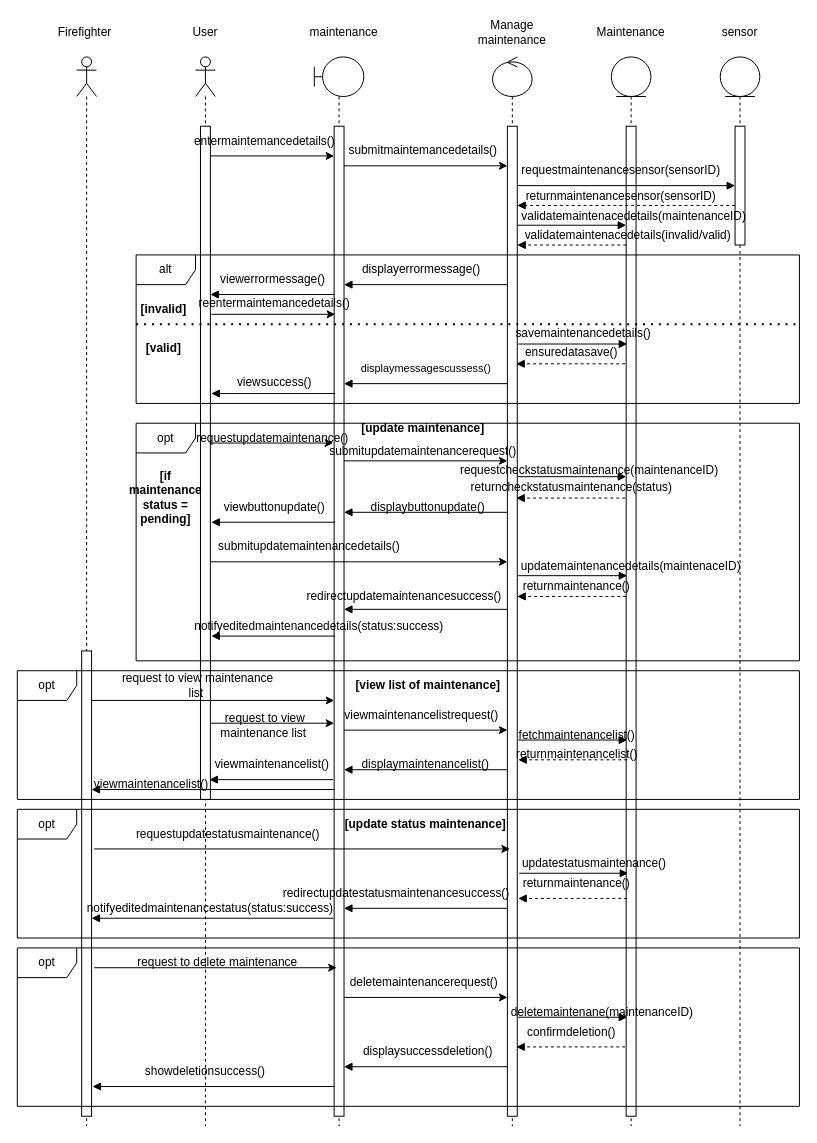
This is page "cont of maintenance SD" (13 of 13) of doc/PSM.drawio from SNFASA/AI-Fire-Monitoring-System, a draw.io file, before an edit. Source tidied: cells renumbered, new cells numbered last; positions are measured from the earlier drawing's top-left corner, leaving out a move shared by most shapes. Both pictures are drawn from the tidied source at 99%, with x=0, y=0 at pixel (17, 17).
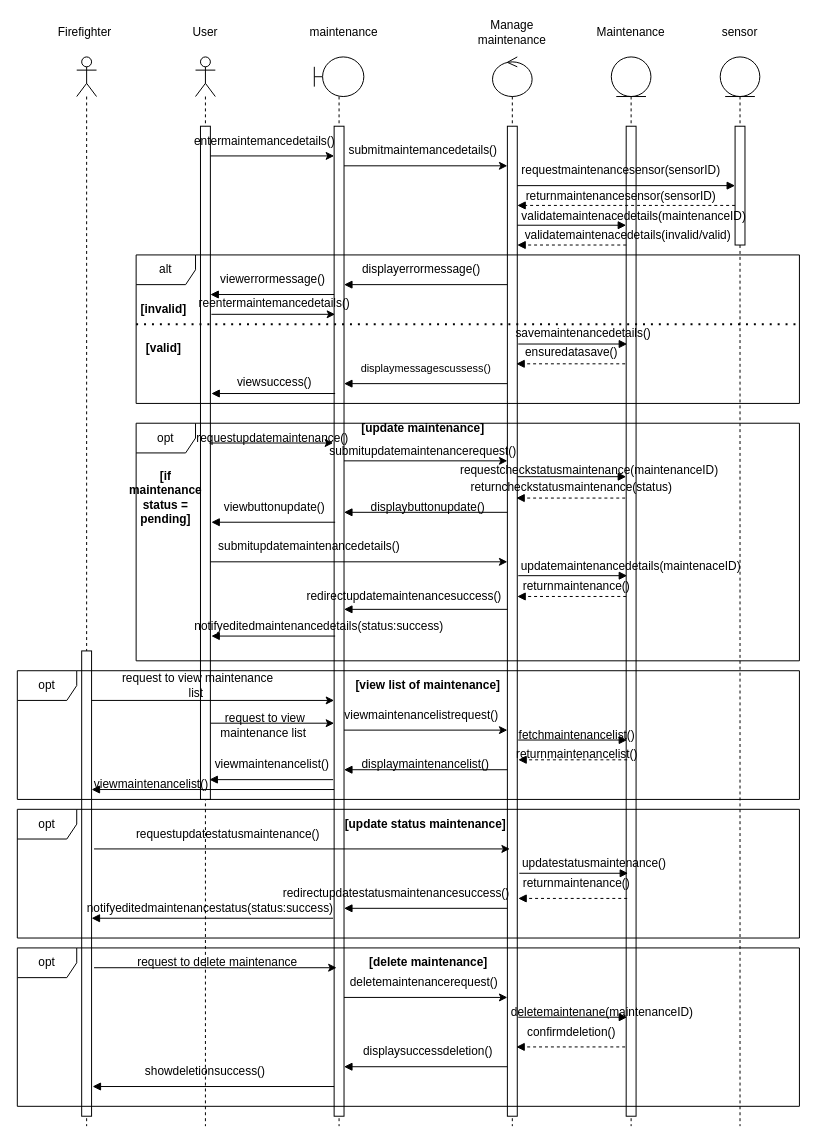
The same diagram, later.

What changed in the source:
```diff
@@
+    <mxCell id="118" value="&lt;b&gt;[delete maintenance]&lt;/b&gt;" style="text;html=1;whiteSpace=wrap;strokeColor=none;fillColor=none;align=center;verticalAlign=middle;rounded=0;" parent="1" vertex="1">
+      <mxGeometry x="328.5" y="940" width="173" height="30" as="geometry" />
+    </mxCell>
```
